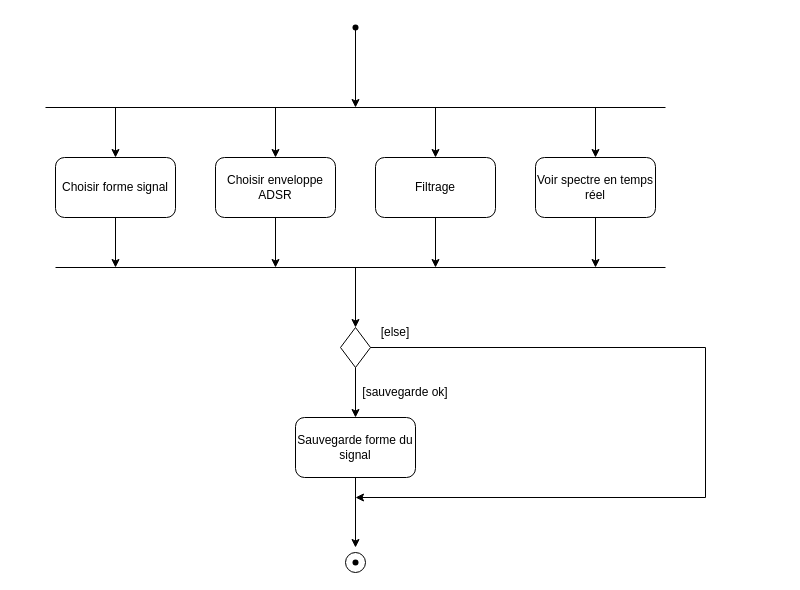
YassineSE/CPO_2024_4_Synth_ENIB keeps this draw.io diagram as diagrams/Diagramme d'activité.drawio. Above is the earlier version. Source tidied: cells renumbered, new cells numbered last; positions are measured from the earlier drawing's top-left corner, leaving out a move shared by most shapes. Both pictures are drawn from the tidied source at 100%, with x=0, y=0 at pixel (45, 17).
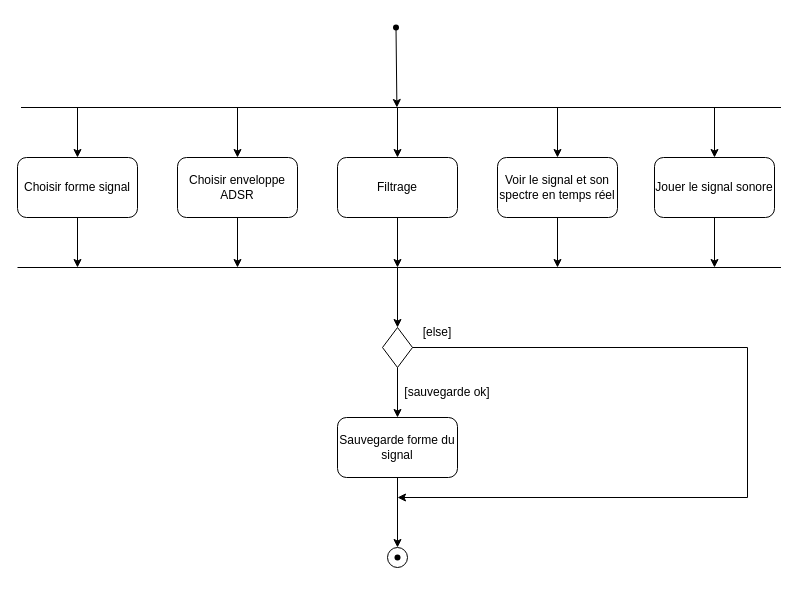
The same diagram, later.

Commit message (it also covers changes not shown here):
modified diagramme d'activité and diagramme d'état, added diagramme de classe

What changed in the source:
```diff
@@
     <mxCell id="2" value="Choisir forme signal" style="rounded=1;whiteSpace=wrap;html=1;" parent="1" vertex="1">
-      <mxGeometry x="10" y="140" width="120" height="60" as="geometry" />
+      <mxGeometry x="-28" y="140" width="120" height="60" as="geometry" />
     </mxCell>
     <mxCell id="3" value="Choisir enveloppe ADSR" style="rounded=1;whiteSpace=wrap;html=1;" parent="1" vertex="1">
-      <mxGeometry x="170" y="140" width="120" height="60" as="geometry" />
+      <mxGeometry x="132" y="140" width="120" height="60" as="geometry" />
     </mxCell>
-    <mxCell id="4" style="shape=waypoint;sketch=0;fillStyle=solid;size=6;points=[];fillColor=none;perimeter=centerPerimeter;snapToPoint=1;" parent="1" vertex="1">
-      <mxGeometry x="300" width="20" height="20" as="geometry" />
-    </mxCell>
     <mxCell id="5" value="Filtrage" style="rounded=1;whiteSpace=wrap;html=1;" parent="1" vertex="1">
-      <mxGeometry x="330" y="140" width="120" height="60" as="geometry" />
+      <mxGeometry x="292" y="140" width="120" height="60" as="geometry" />
     </mxCell>
-    <mxCell id="6" value="Voir spectre en temps réel" style="rounded=1;whiteSpace=wrap;html=1;" parent="1" vertex="1">
-      <mxGeometry x="490" y="140" width="120" height="60" as="geometry" />
+    <mxCell id="6" value="Voir le signal et son spectre en temps réel" style="rounded=1;whiteSpace=wrap;html=1;" parent="1" vertex="1">
+      <mxGeometry x="452" y="140" width="120" height="60" as="geometry" />
     </mxCell>
     <mxCell id="7" style="endArrow=none;html=1;rounded=0;" parent="1" edge="1">
       <mxGeometry relative="1" as="geometry">
-        <mxPoint y="90" as="sourcePoint" />
-        <mxPoint x="620" y="90" as="targetPoint" />
+        <mxPoint x="-24.5" y="90" as="sourcePoint" />
+        <mxPoint x="735.5" y="90" as="targetPoint" />
       </mxGeometry>
     </mxCell>
     <mxCell id="8" style="endArrow=classic;html=1;rounded=0;" parent="1" edge="1" source="4">
       <mxGeometry relative="1" as="geometry">
-        <mxPoint x="310" y="90" as="targetPoint" />
+        <mxPoint x="351.4" y="90" as="targetPoint" />
       </mxGeometry>
     </mxCell>
     <mxCell id="9" style="endArrow=classic;html=1;rounded=0;" parent="1" edge="1" target="2">
       <mxGeometry relative="1" as="geometry">
-        <mxPoint x="70" y="90" as="sourcePoint" />
+        <mxPoint x="32" y="90" as="sourcePoint" />
       </mxGeometry>
     </mxCell>
     <mxCell id="10" style="endArrow=classic;html=1;rounded=0;entryX=0.5;entryY=0;entryDx=0;entryDy=0;" parent="1" edge="1" target="3">
       <mxGeometry relative="1" as="geometry">
-        <mxPoint x="230" y="90" as="sourcePoint" />
+        <mxPoint x="192" y="90" as="sourcePoint" />
       </mxGeometry>
     </mxCell>
     <mxCell id="11" style="endArrow=classic;html=1;rounded=0;entryX=0.5;entryY=0;entryDx=0;entryDy=0;" parent="1" edge="1" target="5">
       <mxGeometry relative="1" as="geometry">
-        <mxPoint x="390" y="90" as="sourcePoint" />
+        <mxPoint x="352" y="90" as="sourcePoint" />
       </mxGeometry>
     </mxCell>
     <mxCell id="12" style="endArrow=classic;html=1;rounded=0;entryX=0.5;entryY=0;entryDx=0;entryDy=0;" parent="1" edge="1" target="6">
       <mxGeometry relative="1" as="geometry">
-        <mxPoint x="550" y="90" as="sourcePoint" />
+        <mxPoint x="512" y="90" as="sourcePoint" />
       </mxGeometry>
     </mxCell>
     <mxCell id="13" style="endArrow=none;html=1;rounded=0;" parent="1" edge="1">
       <mxGeometry relative="1" as="geometry">
-        <mxPoint x="10" y="250" as="sourcePoint" />
-        <mxPoint x="620" y="250" as="targetPoint" />
+        <mxPoint x="-28" y="250" as="sourcePoint" />
+        <mxPoint x="735.5" y="250" as="targetPoint" />
       </mxGeometry>
     </mxCell>
     <mxCell id="14" style="endArrow=classic;html=1;rounded=0;exitX=0.5;exitY=1;exitDx=0;exitDy=0;" parent="1" edge="1" source="2">
       <mxGeometry relative="1" as="geometry">
-        <mxPoint x="70" y="250" as="targetPoint" />
+        <mxPoint x="32" y="250" as="targetPoint" />
       </mxGeometry>
     </mxCell>
     <mxCell id="15" style="endArrow=classic;html=1;rounded=0;exitX=0.5;exitY=1;exitDx=0;exitDy=0;" parent="1" edge="1" source="3">
       <mxGeometry relative="1" as="geometry">
-        <mxPoint x="230" y="250" as="targetPoint" />
+        <mxPoint x="192" y="250" as="targetPoint" />
       </mxGeometry>
     </mxCell>
     <mxCell id="16" style="endArrow=classic;html=1;rounded=0;exitX=0.5;exitY=1;exitDx=0;exitDy=0;" parent="1" edge="1" source="5">
       <mxGeometry relative="1" as="geometry">
-        <mxPoint x="390" y="250" as="targetPoint" />
+        <mxPoint x="352" y="250" as="targetPoint" />
       </mxGeometry>
     </mxCell>
     <mxCell id="17" style="endArrow=classic;html=1;rounded=0;exitX=0.5;exitY=1;exitDx=0;exitDy=0;" parent="1" edge="1" source="6">
       <mxGeometry relative="1" as="geometry">
-        <mxPoint x="550" y="250" as="targetPoint" />
+        <mxPoint x="512" y="250" as="targetPoint" />
       </mxGeometry>
     </mxCell>
     <mxCell id="18" style="rhombus;whiteSpace=wrap;html=1;" parent="1" vertex="1">
-      <mxGeometry x="295" y="310" width="30" height="40" as="geometry" />
+      <mxGeometry x="337" y="310" width="30" height="40" as="geometry" />
     </mxCell>
     <mxCell id="19" style="endArrow=classic;html=1;rounded=0;entryX=0.5;entryY=0;entryDx=0;entryDy=0;" parent="1" edge="1" target="18">
       <mxGeometry relative="1" as="geometry">
-        <mxPoint x="310" y="250" as="sourcePoint" />
+        <mxPoint x="352" y="250" as="sourcePoint" />
       </mxGeometry>
     </mxCell>
     <mxCell id="20" style="endArrow=classic;html=1;rounded=0;exitX=1;exitY=0.5;exitDx=0;exitDy=0;" parent="1" edge="1" source="18">
       <mxGeometry relative="1" as="geometry">
-        <mxPoint x="310" y="480" as="targetPoint" />
+        <mxPoint x="352" y="480" as="targetPoint" />
         <Array as="points">
-          <mxPoint x="660" y="330" />
-          <mxPoint x="660" y="480" />
+          <mxPoint x="702" y="330" />
+          <mxPoint x="702" y="480" />
         </Array>
       </mxGeometry>
     </mxCell>
     <mxCell id="21" value="Sauvegarde forme du signal" style="rounded=1;whiteSpace=wrap;html=1;" parent="1" vertex="1">
-      <mxGeometry x="250" y="400" width="120" height="60" as="geometry" />
+      <mxGeometry x="292" y="400" width="120" height="60" as="geometry" />
     </mxCell>
@@
     <mxCell id="23" value="[sauvegarde ok]" style="text;html=1;align=center;verticalAlign=middle;whiteSpace=wrap;rounded=0;" parent="1" vertex="1">
-      <mxGeometry x="310" y="360" width="100" height="30" as="geometry" />
+      <mxGeometry x="352" y="360" width="100" height="30" as="geometry" />
     </mxCell>
     <mxCell id="24" value="[else]" style="text;html=1;align=center;verticalAlign=middle;whiteSpace=wrap;rounded=0;" parent="1" vertex="1">
-      <mxGeometry x="320" y="300" width="60" height="30" as="geometry" />
+      <mxGeometry x="362" y="300" width="60" height="30" as="geometry" />
     </mxCell>
     <mxCell id="25" style="endArrow=classic;html=1;rounded=0;exitX=0.5;exitY=1;exitDx=0;exitDy=0;" parent="1" edge="1" source="21">
       <mxGeometry relative="1" as="geometry">
-        <mxPoint x="310" y="530" as="targetPoint" />
+        <mxPoint x="352" y="530" as="targetPoint" />
       </mxGeometry>
     </mxCell>
     <mxCell id="26" style="ellipse;whiteSpace=wrap;html=1;" parent="1" vertex="1">
-      <mxGeometry x="300" y="535" width="20" height="20" as="geometry" />
+      <mxGeometry x="342" y="530" width="20" height="20" as="geometry" />
     </mxCell>
     <mxCell id="27" style="shape=waypoint;sketch=0;fillStyle=solid;size=6;fillColor=none;perimeter=centerPerimeter;" parent="1" vertex="1">
-      <mxGeometry x="300" y="535" width="20" height="20" as="geometry" />
+      <mxGeometry x="342" y="530" width="20" height="20" as="geometry" />
     </mxCell>
+    <mxCell id="28" value="Jouer le signal sonore" style="rounded=1;whiteSpace=wrap;html=1;" parent="1" vertex="1">
+      <mxGeometry x="609" y="140" width="120" height="60" as="geometry" />
+    </mxCell>
+    <mxCell id="29" style="endArrow=classic;html=1;rounded=0;entryX=0.5;entryY=0;entryDx=0;entryDy=0;" parent="1" edge="1" target="28">
+      <mxGeometry relative="1" as="geometry">
+        <mxPoint x="669" y="90" as="sourcePoint" />
+      </mxGeometry>
+    </mxCell>
+    <mxCell id="30" style="endArrow=classic;html=1;rounded=0;exitX=0.5;exitY=1;exitDx=0;exitDy=0;" parent="1" edge="1" source="28">
+      <mxGeometry relative="1" as="geometry">
+        <mxPoint x="669" y="250" as="targetPoint" />
+      </mxGeometry>
+    </mxCell>
+    <mxCell id="31" style="endArrow=classic;html=1;rounded=0;" parent="1" edge="1" target="4">
+      <mxGeometry relative="1" as="geometry">
+        <mxPoint x="351.4" y="10" as="sourcePoint" />
+      </mxGeometry>
+    </mxCell>
+    <mxCell id="4" style="shape=waypoint;sketch=0;fillStyle=solid;size=6;points=[];fillColor=none;perimeter=centerPerimeter;snapToPoint=1;" parent="1" vertex="1">
+      <mxGeometry x="340.5" width="20" height="20" as="geometry" />
+    </mxCell>
```
